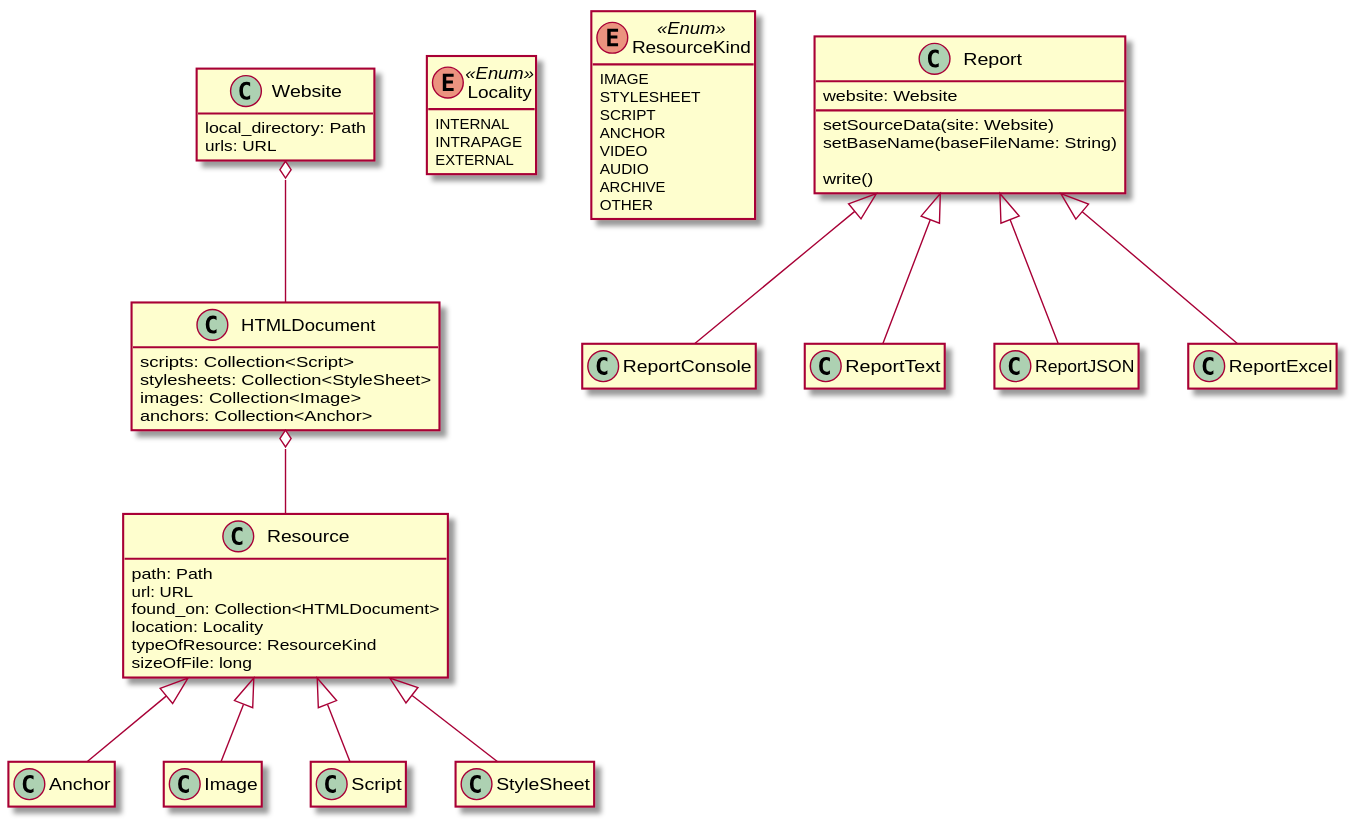
The PlantUML diagram analysis_02.svg in cstkennedy/Phase-3-Brainstorming-Web-Analysis, before a commit.
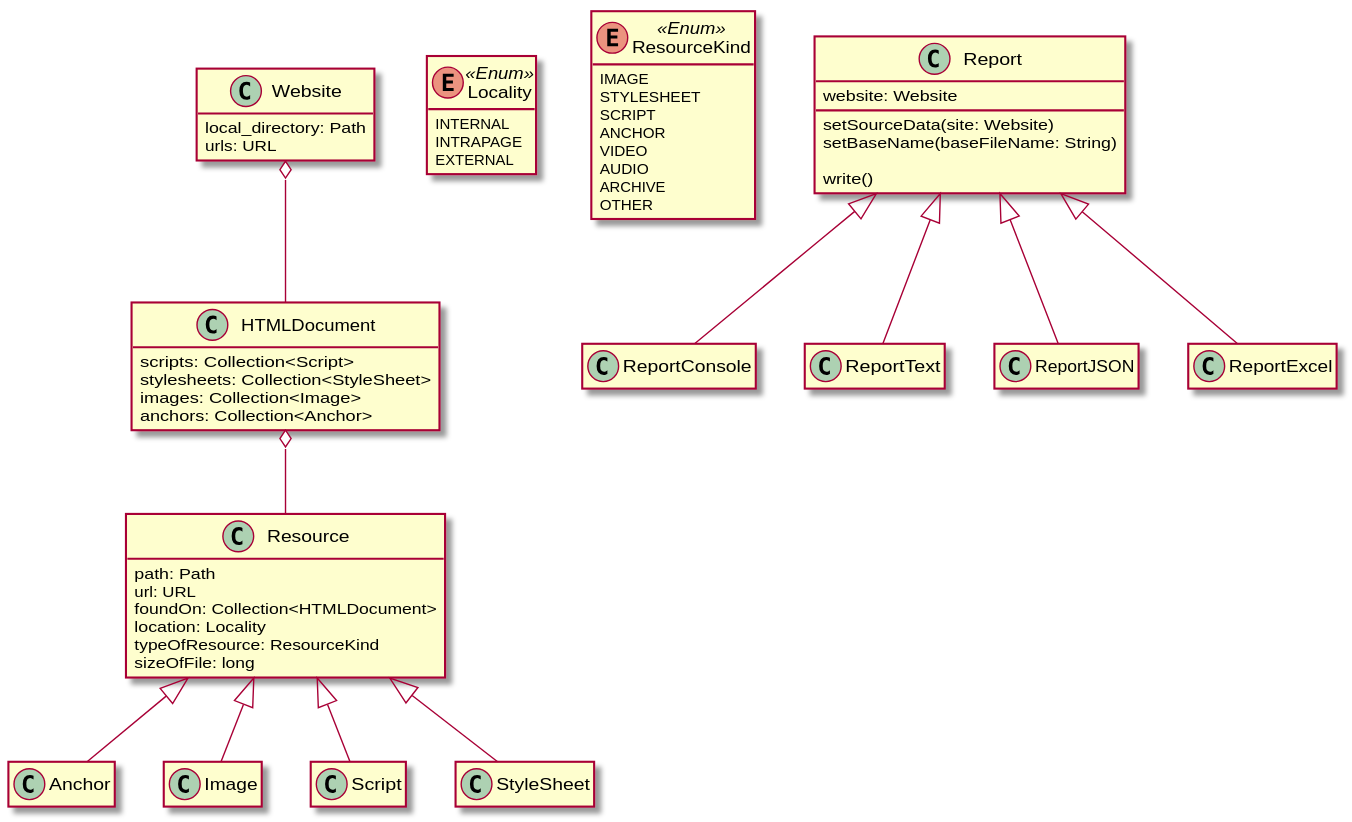
The same file after the commit.

The edit, as a diff of the source:
```diff
@@ -16,7 +16,7 @@
 class Resource {
     path: Path
     url: URL
-    found_on: Collection<HTMLDocument>
+    foundOn: Collection<HTMLDocument>
     location: Locality
     typeOfResource: ResourceKind
     sizeOfFile: long
```
